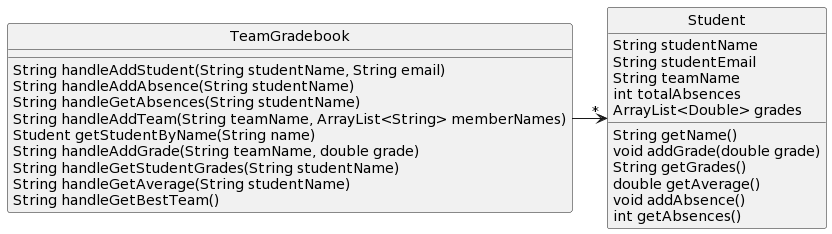
Above: Homework/DesignProblems/DP2/DP2_B.png in RHIT-CSSE/csse220 (PlantUML), before the change.
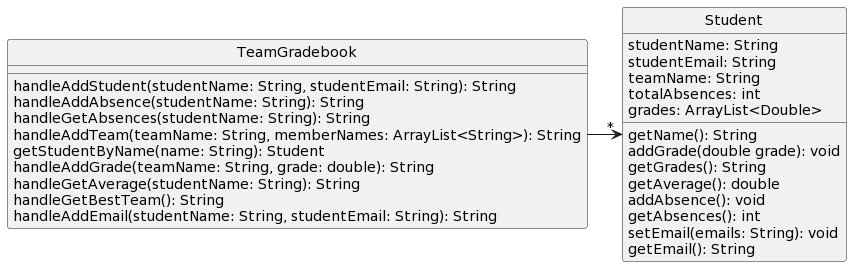
Later version of the same file.

Commit message:
Fixed DP2 bad UML issue

Diff of the diagram source:
```diff
@@ -1,28 +1,30 @@
 @startuml
 skinparam style strictuml
 class TeamGradebook [[java:teamGradebook.TeamGradebook]] {
-	String handleAddStudent(String studentName, String email)
-	String handleAddAbsence(String studentName)
-	String handleGetAbsences(String studentName)
-	String handleAddTeam(String teamName, ArrayList<String> memberNames)
-	Student getStudentByName(String name)
-	String handleAddGrade(String teamName, double grade)
-        String handleGetStudentGrades(String studentName)
-	String handleGetAverage(String studentName)
-	String handleGetBestTeam()
+	handleAddStudent(studentName: String, studentEmail: String): String
+	handleAddAbsence(studentName: String): String
+	handleGetAbsences(studentName: String): String
+	handleAddTeam(teamName: String, memberNames: ArrayList<String>): String
+	getStudentByName(name: String): Student
+	handleAddGrade(teamName: String, grade: double): String
+	handleGetAverage(studentName: String): String
+	handleGetBestTeam(): String
+        handleAddEmail(studentName: String, studentEmail: String): String
 }
 class Student [[java:teamGradebook.Student]] {
-        String studentName
-        String studentEmail
-        String teamName
-        int totalAbsences
-        ArrayList<Double> grades
-        String getName()
-        void addGrade(double grade)
-        String getGrades()
-        double getAverage()
-        void addAbsence()
-        int getAbsences()
+        studentName: String
+        studentEmail: String
+        teamName: String
+        totalAbsences: int
+        grades: ArrayList<Double>
+        getName(): String
+        addGrade(double grade): void
+        getGrades(): String
+        getAverage(): double
+        addAbsence(): void
+        getAbsences(): int
+        setEmail(emails: String): void
+        getEmail(): String
 }
 TeamGradebook -> "*" Student
 @enduml
```
